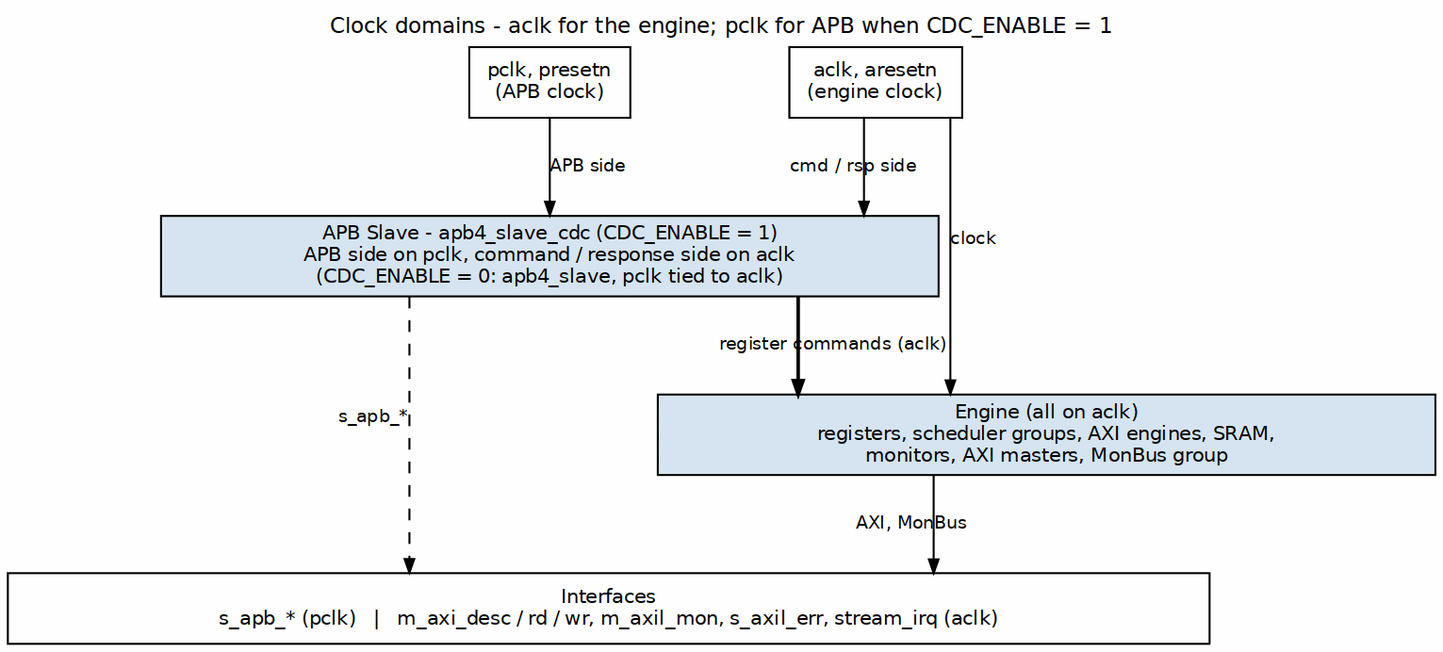
Before: projects/components/dma-ip/stream/docs/stream_has/assets/graphviz/ch06_clock_distribution.png, a diagram exported from Graphviz (sean-galloway/RTLDesignSherpa). Its source is kept beside it as projects/components/dma-ip/stream/docs/stream_has/assets/graphviz/ch06_clock_distribution.dot. The source it was exported from:
```dot
digraph stream_clock_distribution {
    graph [rankdir=TB, bgcolor="white", fontname="Helvetica", fontsize=11,
           nodesep="0.50", ranksep="0.55", splines=ortho,
           label="Clock domains - aclk for the engine; pclk for APB when CDC_ENABLE = 1", labelloc=t, labeljust=c];
    node  [fontname="Helvetica", fontsize=10, shape=box, style=filled,
           fillcolor="#D6E4F0", color="black", margin="0.12,0.06"];
    edge  [fontname="Helvetica", fontsize=9, color="black", arrowsize=0.7];
    pclk [label="pclk, presetn\n(APB clock)", fillcolor="white"];
    aclk [label="aclk, aresetn\n(engine clock)", fillcolor="white"];
    cdc  [label="APB Slave - apb4_slave_cdc (CDC_ENABLE = 1)\nAPB side on pclk, command / response side on aclk\n(CDC_ENABLE = 0: apb4_slave, pclk tied to aclk)", width=5.5];
    eng  [label="Engine (all on aclk)\nregisters, scheduler groups, AXI engines, SRAM,\nmonitors, AXI masters, MonBus group", width=5.5];
    bar  [label="Interfaces\ns_apb_* (pclk)   |   m_axi_desc / rd / wr, m_axil_mon, s_axil_err, stream_irq (aclk)", fillcolor="white", width=8.5];
    pclk -> cdc [label="APB side"];
    aclk -> cdc [label="cmd / rsp side"];
    aclk -> eng [xlabel="clock"];
    cdc -> eng [label="register commands (aclk)", penwidth=1.8];
    eng -> bar [label="AXI, MonBus"];
    cdc -> bar [style=dashed, xlabel="s_apb_*"];
    { rank=same; pclk; aclk; }
}
```
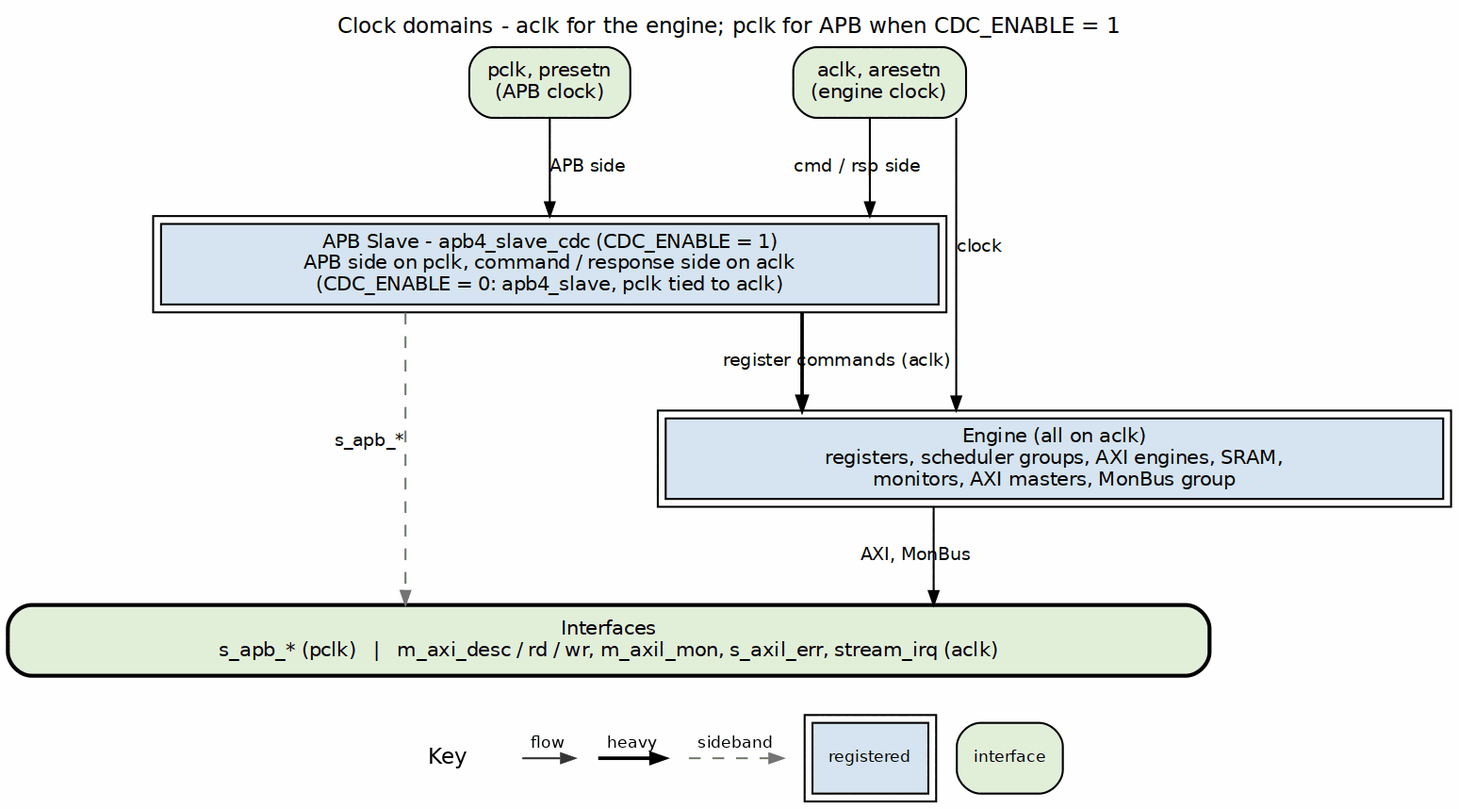
Later version of the same file.

Change to the diagram source:
```diff
@@ -3,18 +3,18 @@
            nodesep="0.50", ranksep="0.55", splines=ortho,
            label="Clock domains - aclk for the engine; pclk for APB when CDC_ENABLE = 1", labelloc=t, labeljust=c];
     node  [fontname="Helvetica", fontsize=10, shape=box, style=filled,
-           fillcolor="#D6E4F0", color="black", margin="0.12,0.06"];
+           fillcolor="white", color="black", margin="0.12,0.06"];
     edge  [fontname="Helvetica", fontsize=9, color="black", arrowsize=0.7];
-    pclk [label="pclk, presetn\n(APB clock)", fillcolor="white"];
-    aclk [label="aclk, aresetn\n(engine clock)", fillcolor="white"];
-    cdc  [label="APB Slave - apb4_slave_cdc (CDC_ENABLE = 1)\nAPB side on pclk, command / response side on aclk\n(CDC_ENABLE = 0: apb4_slave, pclk tied to aclk)", width=5.5];
-    eng  [label="Engine (all on aclk)\nregisters, scheduler groups, AXI engines, SRAM,\nmonitors, AXI masters, MonBus group", width=5.5];
-    bar  [label="Interfaces\ns_apb_* (pclk)   |   m_axi_desc / rd / wr, m_axil_mon, s_axil_err, stream_irq (aclk)", fillcolor="white", width=8.5];
+    pclk [label="pclk, presetn\n(APB clock)", fillcolor="white", style="rounded,filled", fillcolor="#E2EFDA"];
+    aclk [label="aclk, aresetn\n(engine clock)", fillcolor="white", style="rounded,filled", fillcolor="#E2EFDA"];
+    cdc  [label="APB Slave - apb4_slave_cdc (CDC_ENABLE = 1)\nAPB side on pclk, command / response side on aclk\n(CDC_ENABLE = 0: apb4_slave, pclk tied to aclk)", width=5.5, peripheries=2, style="filled", fillcolor="#D6E4F0"];
+    eng  [label="Engine (all on aclk)\nregisters, scheduler groups, AXI engines, SRAM,\nmonitors, AXI masters, MonBus group", width=5.5, peripheries=2, style="filled", fillcolor="#D6E4F0"];
+    bar  [label="Interfaces\ns_apb_* (pclk)   |   m_axi_desc / rd / wr, m_axil_mon, s_axil_err, stream_irq (aclk)", fillcolor="white", width=8.5, style="rounded,filled,bold", fillcolor="#E2EFDA"];
     pclk -> cdc [label="APB side"];
     aclk -> cdc [label="cmd / rsp side"];
     aclk -> eng [xlabel="clock"];
     cdc -> eng [label="register commands (aclk)", penwidth=1.8];
     eng -> bar [label="AXI, MonBus"];
-    cdc -> bar [style=dashed, xlabel="s_apb_*"];
+    cdc -> bar [style=dashed, color="#777777", xlabel="s_apb_*"];
     { rank=same; pclk; aclk; }
 }
```
